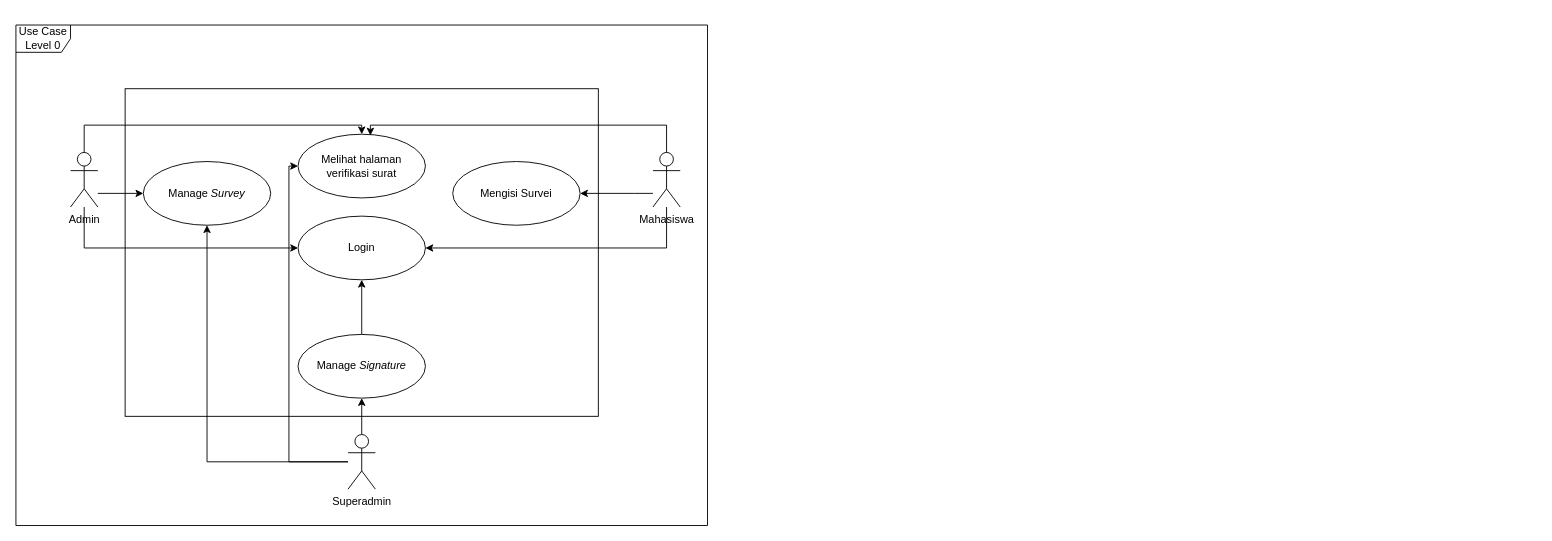
Adamyr159/Adamyr159 keeps this draw.io diagram as Use Case Diagram LISA.drawio. Above is the earlier version. Source tidied: cells renumbered, new cells numbered last; positions are measured from the earlier drawing's top-left corner, leaving out a move shared by most shapes. Both pictures are drawn from the tidied source at 91%, with x=0, y=0 at pixel (15, 25).
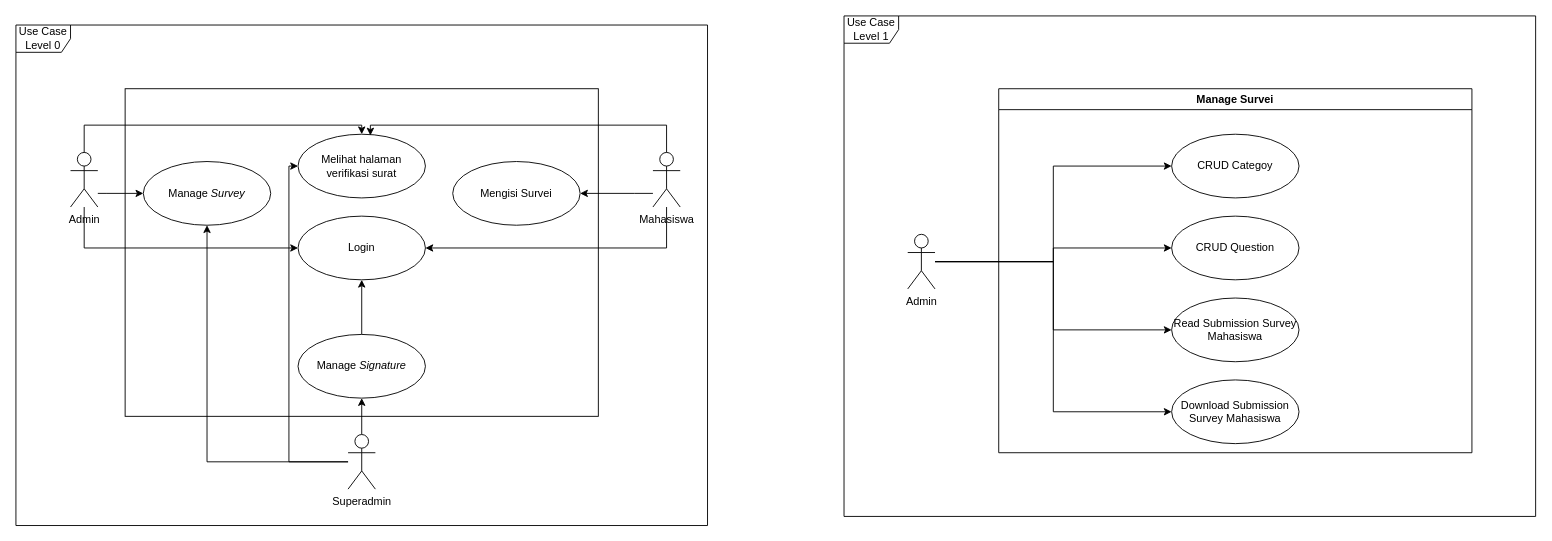
The same page after the edit.

Commit message:
Update Use Case Diagram LISA level 1 manage survey.drawio

What changed in the source:
```diff
@@
+    <mxCell id="22" value="Use Case Level 1" style="shape=umlFrame;whiteSpace=wrap;html=1;" parent="1" vertex="1">
+      <mxGeometry x="910" y="-10" width="760" height="550" as="geometry" />
+    </mxCell>
+    <mxCell id="23" style="edgeStyle=orthogonalEdgeStyle;rounded=0;jettySize=auto;html=1;entryX=0;entryY=0.5;entryDx=0;entryDy=0;" parent="1" edge="1" source="27" target="29">
+      <mxGeometry relative="1" as="geometry" />
+    </mxCell>
+    <mxCell id="24" style="edgeStyle=orthogonalEdgeStyle;rounded=0;jettySize=auto;html=1;entryX=0;entryY=0.5;entryDx=0;entryDy=0;" parent="1" edge="1" source="27" target="30">
+      <mxGeometry relative="1" as="geometry" />
+    </mxCell>
+    <mxCell id="25" style="edgeStyle=orthogonalEdgeStyle;rounded=0;jettySize=auto;html=1;entryX=0;entryY=0.5;entryDx=0;entryDy=0;" parent="1" edge="1" source="27" target="31">
+      <mxGeometry relative="1" as="geometry" />
+    </mxCell>
+    <mxCell id="26" style="edgeStyle=orthogonalEdgeStyle;rounded=0;jettySize=auto;html=1;entryX=0;entryY=0.5;entryDx=0;entryDy=0;" parent="1" edge="1" source="27" target="32">
+      <mxGeometry relative="1" as="geometry" />
+    </mxCell>
+    <mxCell id="27" value="Admin" style="shape=umlActor;verticalLabelPosition=bottom;verticalAlign=top;html=1;" parent="1" vertex="1">
+      <mxGeometry x="980" y="230" width="30" height="60" as="geometry" />
+    </mxCell>
+    <mxCell id="28" value="Manage Survei" style="swimlane;" parent="1" vertex="1">
+      <mxGeometry x="1080" y="70" width="520" height="400" as="geometry" />
+    </mxCell>
+    <mxCell id="29" value="CRUD Categoy" style="ellipse;whiteSpace=wrap;html=1;" parent="28" vertex="1">
+      <mxGeometry x="190" y="50" width="140" height="70" as="geometry" />
+    </mxCell>
+    <mxCell id="30" value="CRUD Question" style="ellipse;whiteSpace=wrap;html=1;" parent="28" vertex="1">
+      <mxGeometry x="190" y="140" width="140" height="70" as="geometry" />
+    </mxCell>
+    <mxCell id="31" value="Read Submission Survey Mahasiswa" style="ellipse;whiteSpace=wrap;html=1;" parent="28" vertex="1">
+      <mxGeometry x="190" y="230" width="140" height="70" as="geometry" />
+    </mxCell>
+    <mxCell id="32" value="Download Submission Survey Mahasiswa" style="ellipse;whiteSpace=wrap;html=1;" parent="28" vertex="1">
+      <mxGeometry x="190" y="320" width="140" height="70" as="geometry" />
+    </mxCell>
```
